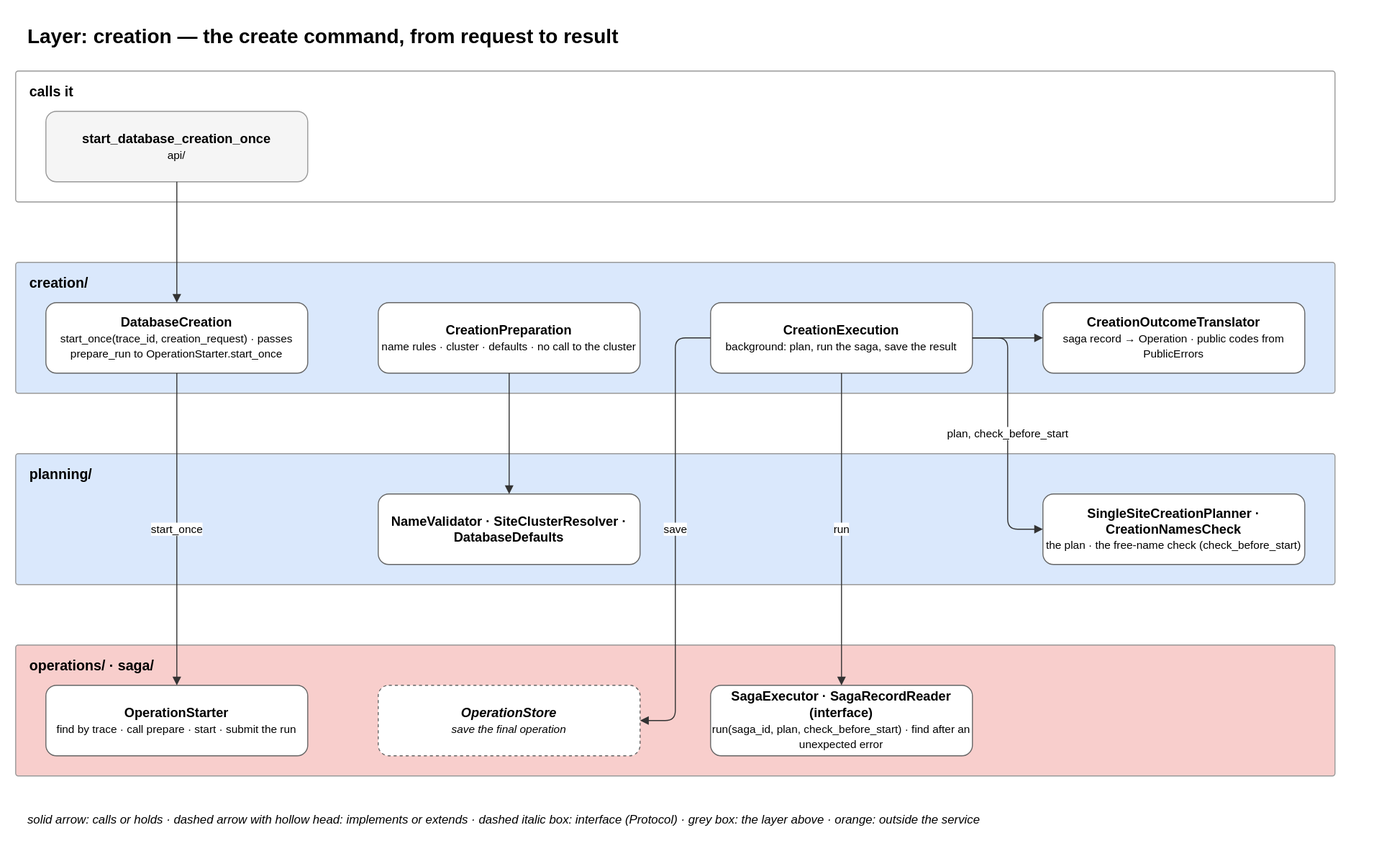
Earlier version of the draw.io export docs/diagrams/04-layer-creation.drawio.svg (EliShteinman/redis-enterprise-services). Source tidied: cells renumbered, new cells last; positions are measured from the earlier drawing's top-left corner, leaving out a move shared by most shapes.
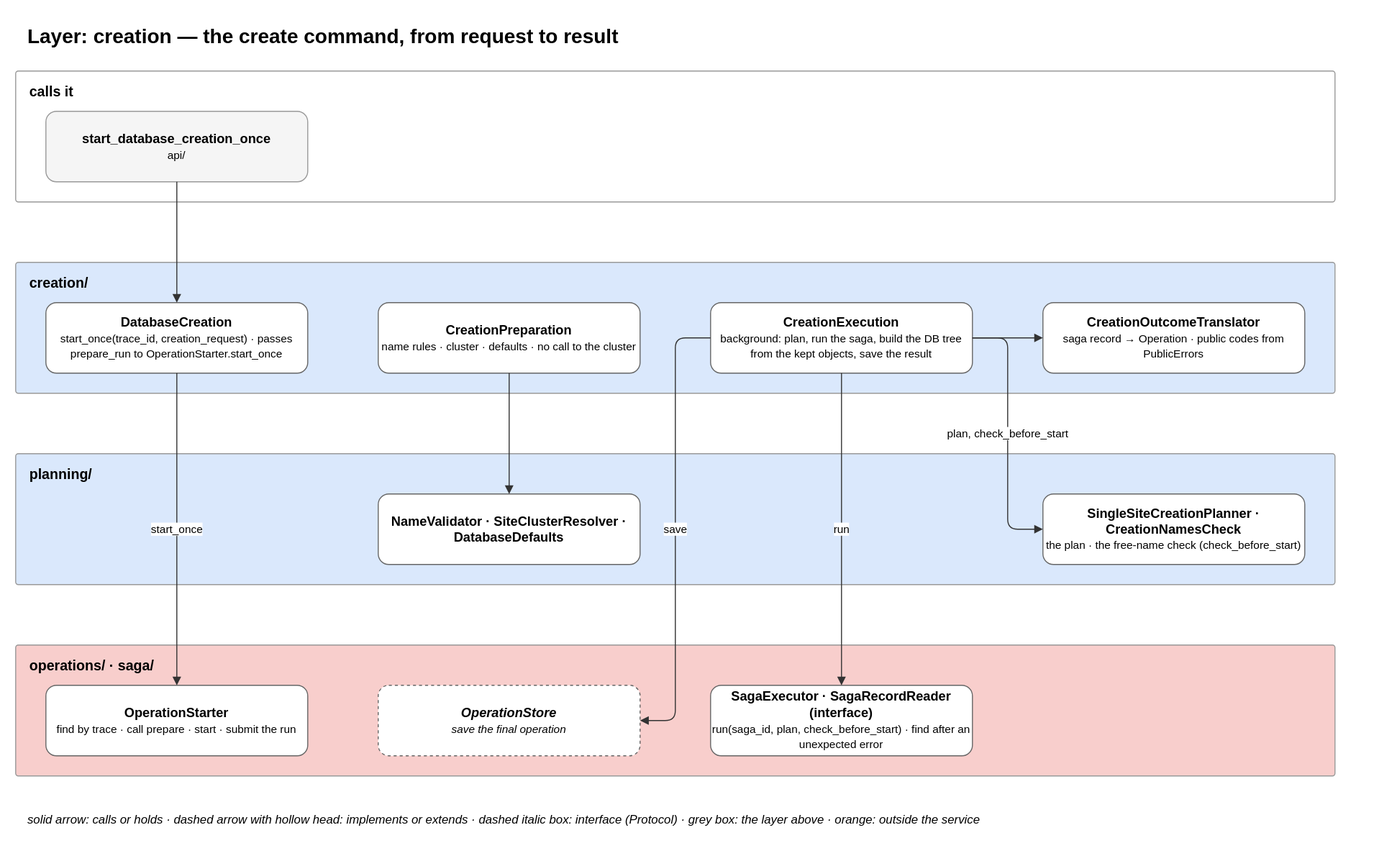
Above is the later version.

Commit message:
docs: whole-object cluster calls; diagrams for the result tree and the read-back step

Change to the diagram source:
```diff
@@ -20,7 +20,7 @@
     <mxCell id="7" value="&lt;b&gt;CreationPreparation&lt;/b&gt;&lt;br&gt;&lt;font style='font-size:11px'&gt;name rules · cluster · defaults · no call to the cluster&lt;/font&gt;" style="rounded=1;whiteSpace=wrap;html=1;fillColor=#ffffff;strokeColor=#666666;fontSize=13;" parent="1" vertex="1">
       <mxGeometry x="360" y="285" width="260" height="70" as="geometry" />
     </mxCell>
-    <mxCell id="8" value="&lt;b&gt;CreationExecution&lt;/b&gt;&lt;br&gt;&lt;font style='font-size:11px'&gt;background: plan, run the saga, save the result&lt;/font&gt;" style="rounded=1;whiteSpace=wrap;html=1;fillColor=#ffffff;strokeColor=#666666;fontSize=13;" parent="1" vertex="1">
+    <mxCell id="8" value="&lt;b&gt;CreationExecution&lt;/b&gt;&lt;br&gt;&lt;font style='font-size:11px'&gt;background: plan, run the saga, build the DB tree from the kept objects, save the result&lt;/font&gt;" style="rounded=1;whiteSpace=wrap;html=1;fillColor=#ffffff;strokeColor=#666666;fontSize=13;" parent="1" vertex="1">
       <mxGeometry x="690" y="285" width="260" height="70" as="geometry" />
     </mxCell>
     <mxCell id="9" value="&lt;b&gt;CreationOutcomeTranslator&lt;/b&gt;&lt;br&gt;&lt;font style='font-size:11px'&gt;saga record → Operation · public codes from PublicErrors&lt;/font&gt;" style="rounded=1;whiteSpace=wrap;html=1;fillColor=#ffffff;strokeColor=#666666;fontSize=13;" parent="1" vertex="1">
```
